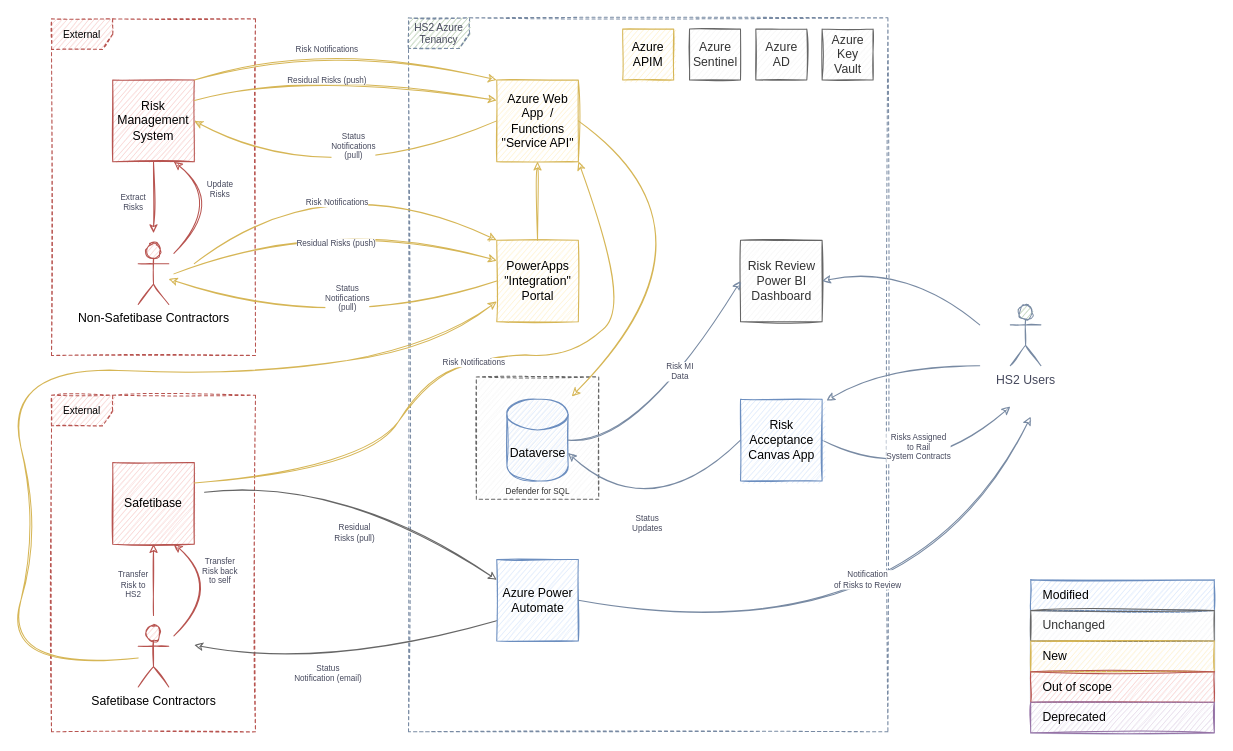
This is page "Copy of High Level Design - phase #2" (7 of 13) of P639 Diagrams.drawio from martinlt/reference, a draw.io file, before an edit. Source tidied: cells renumbered, new cells numbered last; positions are measured from the earlier drawing's top-left corner, leaving out a move shared by most shapes. Both pictures are drawn from the tidied source at 102%, with x=0, y=0 at pixel (0, 17).
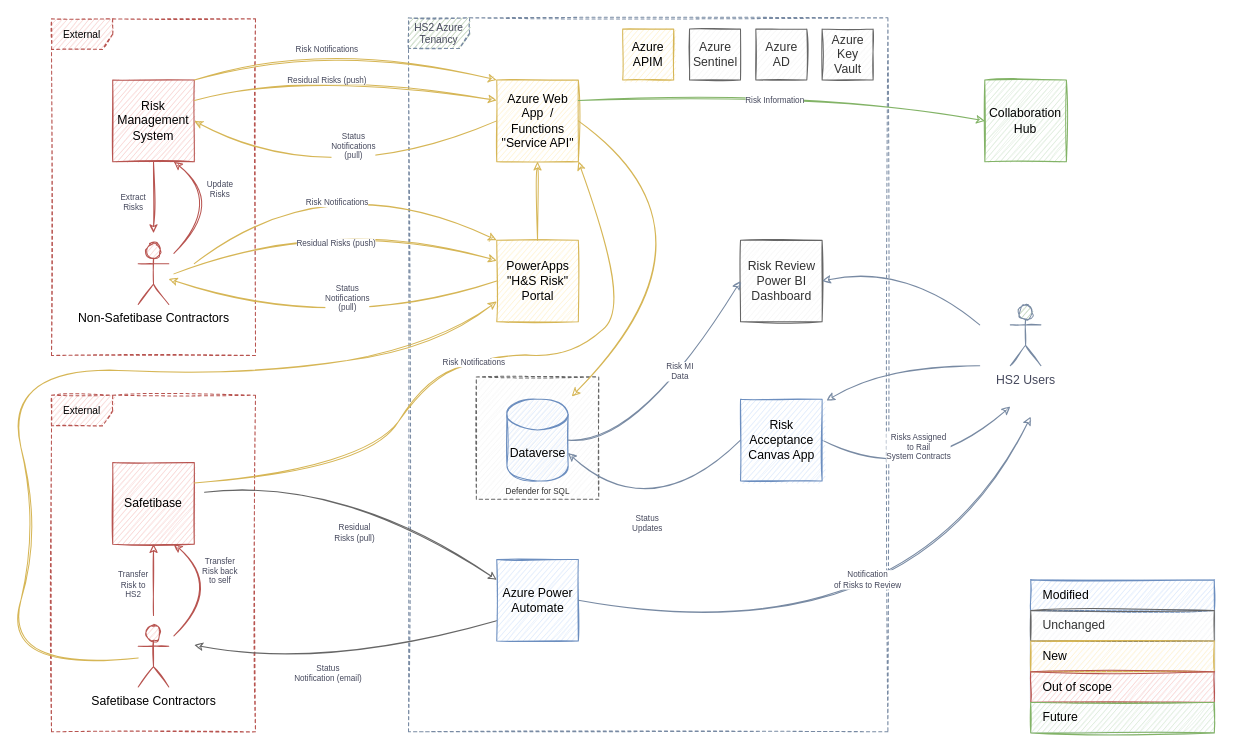
The same diagram, later.

The change refers to these unchanged cells:
```xml
<mxCell id="32" style="shape=table;html=1;whiteSpace=wrap;startSize=0;childLayout=tableLayout;fillColor=#dae8fc;align=left;spacingLeft=10;strokeColor=#6c8ebf;rounded=1;arcSize=11;opacity=20;sketch=1;" parent="1" vertex="1">
  <mxGeometry x="1010" y="551" width="180" height="150" as="geometry" />
</mxCell>
<mxCell id="38" value="Azure Web App&amp;nbsp; / Functions&lt;div&gt;&quot;Service API&quot;&lt;br&gt;&lt;/div&gt;" style="whiteSpace=wrap;html=1;fillColor=#fff2cc;strokeColor=#d6b656;sketch=1;" parent="1" vertex="1">
  <mxGeometry x="486.5" y="61" width="80" height="80" as="geometry" />
</mxCell>
```

The edit, as a diff of the source:
```diff
@@
-    <mxCell id="37" value="Deprecated" style="shape=partialRectangle;html=1;whiteSpace=wrap;fillColor=#e1d5e7;top=1;left=1;bottom=1;right=1;overflow=hidden;align=left;spacingLeft=10;rounded=0;strokeColor=#9673a6;sketch=1;" parent="32" vertex="1">
-      <mxGeometry y="120" width="180" height="30" as="geometry" />
-    </mxCell>
+    <mxCell id="49" value="Future" style="shape=partialRectangle;html=1;whiteSpace=wrap;fillColor=#d5e8d4;top=1;left=1;bottom=1;right=1;overflow=hidden;align=left;spacingLeft=10;rounded=0;strokeColor=#82b366;sketch=1;" parent="32" vertex="1">
+      <mxGeometry y="120" width="180" height="30" as="geometry" />
+    </mxCell>
@@
-    <mxCell id="39" value="PowerApps &quot;Integration&quot; Portal" style="whiteSpace=wrap;html=1;fillColor=#fff2cc;strokeColor=#d6b656;sketch=1;" parent="1" vertex="1">
+    <mxCell id="39" value="PowerApps &quot;H&amp;amp;S Risk&quot; Portal" style="whiteSpace=wrap;html=1;fillColor=#fff2cc;strokeColor=#d6b656;sketch=1;" parent="1" vertex="1">
       <mxGeometry x="486.5" y="218" width="80" height="80" as="geometry" />
     </mxCell>
@@
+    <mxCell id="50" value="Collaboration Hub" style="whiteSpace=wrap;html=1;fillColor=#d5e8d4;strokeColor=#82b366;sketch=1;" parent="1" vertex="1">
+      <mxGeometry x="965" y="61" width="80" height="80" as="geometry" />
+    </mxCell>
+    <mxCell id="51" value="Risk Information" style="curved=1;endArrow=none;html=1;rounded=0;startArrow=classic;startFill=1;endFill=0;exitX=0;exitY=0.5;exitDx=0;exitDy=0;fontSize=8;strokeColor=#82b366;fontColor=#46495D;sketch=1;entryX=1;entryY=0.25;entryDx=0;entryDy=0;fillColor=#d5e8d4;" parent="1" edge="1" source="50" target="38">
+      <mxGeometry x="0.04" y="8" relative="1" as="geometry">
+        <Array as="points">
+          <mxPoint x="800" y="71" />
+        </Array>
+      </mxGeometry>
+    </mxCell>
```
